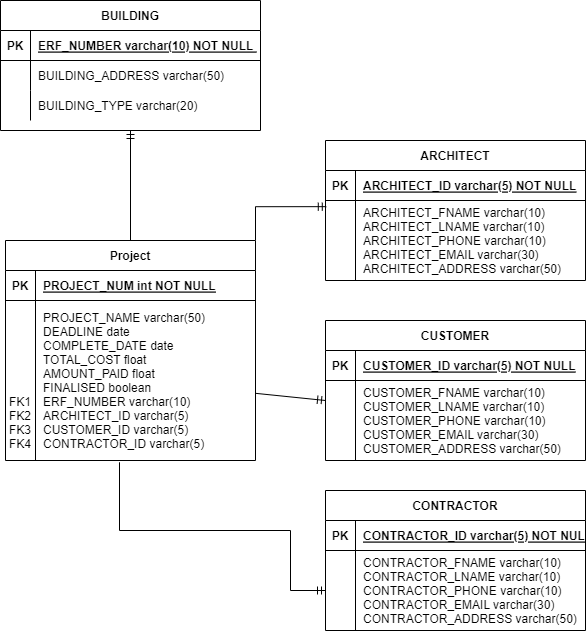
Before: PoisedPMS ERD.png, a diagram exported from draw.io (tnaccarato/Poised-PMS). Source tidied: cells renumbered, new cells last; positions are measured from the earlier drawing's top-left corner, leaving out a move shared by most shapes.
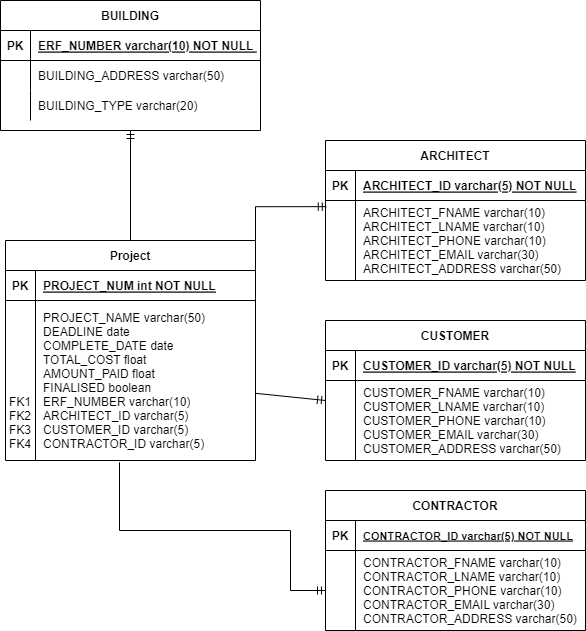
After the change.

What changed in the source:
```diff
@@ -110,7 +110,7 @@
     <mxCell id="37" value="PK" style="shape=partialRectangle;overflow=hidden;fillColor=none;top=0;left=0;bottom=0;right=0;fontStyle=1;" parent="36" vertex="1">
       <mxGeometry width="30" height="30" as="geometry" />
     </mxCell>
-    <mxCell id="38" value="CONTRACTOR_ID varchar(5) NOT NULL" style="shape=partialRectangle;overflow=hidden;fillColor=none;top=0;left=0;bottom=0;right=0;align=left;spacingLeft=6;fontStyle=5;" parent="36" vertex="1">
+    <mxCell id="38" value="CONTRACTOR_ID varchar(5) NOT NULL" style="shape=partialRectangle;overflow=hidden;fillColor=none;top=0;left=0;bottom=0;right=0;align=left;spacingLeft=6;fontStyle=5;fontSize=11;" parent="36" vertex="1">
       <mxGeometry x="30" width="230" height="30" as="geometry" />
     </mxCell>
     <mxCell id="39" style="shape=partialRectangle;fillColor=none;points=[[0,0.5],[1,0.5]];portConstraint=eastwest;top=0;left=0;right=0;bottom=0;" parent="35" vertex="1">
```
